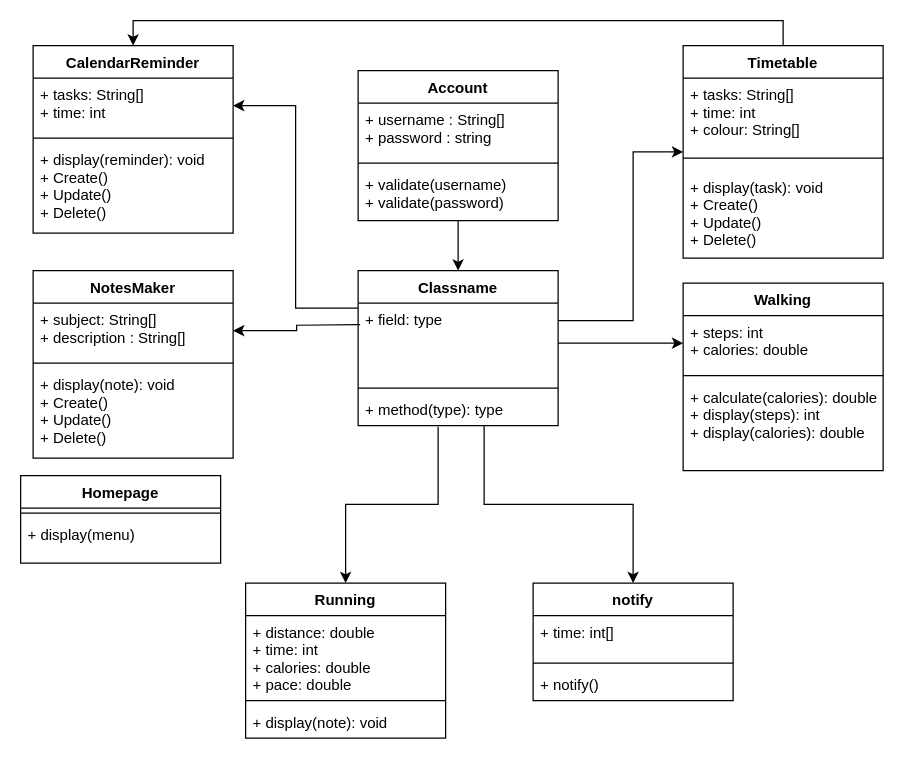
This is classAshisu.drawio from FaizAnuar/ashisu, a draw.io file, before an edit. Source tidied: cells renumbered, new cells numbered last; positions are measured from the earlier drawing's top-left corner, leaving out a move shared by most shapes. Both pictures are drawn from the tidied source at 125%, with x=0, y=0 at pixel (20, 20).
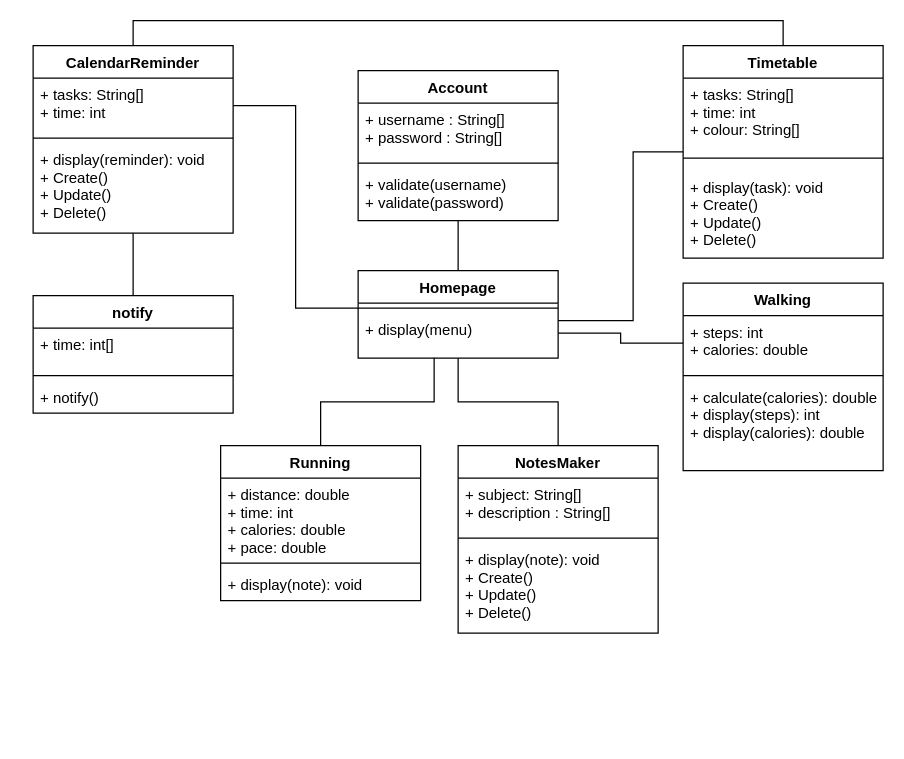
The same page after the edit.

The change refers to these unchanged cells:
```xml
<mxCell id="3" value="Account" style="swimlane;fontStyle=1;align=center;verticalAlign=top;horizontal=1;startSize=26;" parent="1" vertex="1">
  <mxGeometry x="270" y="40" width="160" height="120" as="geometry" />
</mxCell>
<mxCell id="11" value="Timetable" style="swimlane;fontStyle=1;align=center;verticalAlign=top;horizontal=1;startSize=26;" parent="1" vertex="1">
  <mxGeometry x="530" y="20" width="160" height="170" as="geometry" />
</mxCell>
<mxCell id="26" value="+ steps: int&#10;+ calories: double" style="text;strokeColor=none;fillColor=none;align=left;verticalAlign=top;spacingLeft=4;spacingRight=4;overflow=hidden;points=[[0,0.5],[1,0.5]];portConstraint=eastwest;" parent="25" vertex="1">
  <mxGeometry y="26" width="160" height="44" as="geometry" />
</mxCell>
<mxCell id="30" value="+ subject: String[]&#10;+ description : String[]" style="text;strokeColor=none;fillColor=none;align=left;verticalAlign=top;spacingLeft=4;spacingRight=4;overflow=hidden;points=[[0,0.5],[1,0.5]];portConstraint=eastwest;" parent="29" vertex="1">
  <mxGeometry y="26" width="160" height="44" as="geometry" />
</mxCell>
<mxCell id="34" value="+ tasks: String[]&#10;+ time: int&#10;" style="text;strokeColor=none;fillColor=none;align=left;verticalAlign=top;spacingLeft=4;spacingRight=4;overflow=hidden;points=[[0,0.5],[1,0.5]];portConstraint=eastwest;" parent="33" vertex="1">
  <mxGeometry y="26" width="160" height="44" as="geometry" />
</mxCell>
<mxCell id="36" value="+ display(reminder): void&#10;+ Create()&#10;+ Update()&#10;+ Delete()&#10;" style="text;strokeColor=none;fillColor=none;align=left;verticalAlign=top;spacingLeft=4;spacingRight=4;overflow=hidden;points=[[0,0.5],[1,0.5]];portConstraint=eastwest;" parent="33" vertex="1">
  <mxGeometry y="78" width="160" height="72" as="geometry" />
</mxCell>
```

Change to the diagram source:
```diff
@@
-    <mxCell id="2" style="edgeStyle=orthogonalEdgeStyle;rounded=0;jettySize=auto;html=1;" parent="1" edge="1" source="3" target="40">
+    <mxCell id="2" style="edgeStyle=orthogonalEdgeStyle;rounded=0;jettySize=auto;html=1;endArrow=none;endFill=0;" parent="1" edge="1" source="3" target="40">
       <mxGeometry relative="1" as="geometry" />
     </mxCell>
@@
-    <mxCell id="4" value="+ username : String[]&#10;+ password : string" style="text;strokeColor=none;fillColor=none;align=left;verticalAlign=top;spacingLeft=4;spacingRight=4;overflow=hidden;" parent="3" vertex="1">
+    <mxCell id="4" value="+ username : String[]&#10;+ password : String[]" style="text;strokeColor=none;fillColor=none;align=left;verticalAlign=top;spacingLeft=4;spacingRight=4;overflow=hidden;" parent="3" vertex="1">
       <mxGeometry y="26" width="160" height="44" as="geometry" />
     </mxCell>
@@
-    <mxCell id="7" value="Homepage" style="swimlane;fontStyle=1;align=center;verticalAlign=top;horizontal=1;startSize=26;" parent="1" vertex="1">
-      <mxGeometry y="364" width="160" height="70" as="geometry" />
-    </mxCell>
-    <mxCell id="8" style="line;strokeWidth=1;fillColor=none;align=left;verticalAlign=middle;spacingTop=-1;spacingLeft=3;spacingRight=3;labelPosition=right;" parent="7" vertex="1">
-      <mxGeometry y="26" width="160" height="8" as="geometry" />
-    </mxCell>
-    <mxCell id="9" value="+ display(menu)" style="text;strokeColor=none;fillColor=none;align=left;verticalAlign=top;spacingLeft=4;spacingRight=4;overflow=hidden;" parent="7" vertex="1">
-      <mxGeometry y="34" width="160" height="36" as="geometry" />
-    </mxCell>
-    <mxCell id="10" style="edgeStyle=orthogonalEdgeStyle;rounded=0;jettySize=auto;html=1;startArrow=classic;startFill=1;endArrow=none;endFill=0;" parent="1" edge="1" source="11" target="41">
+    <mxCell id="10" style="edgeStyle=orthogonalEdgeStyle;rounded=0;jettySize=auto;html=1;startArrow=none;startFill=0;endArrow=none;endFill=0;" parent="1" edge="1" source="11">
       <mxGeometry relative="1" as="geometry">
+        <mxPoint x="430" y="240" as="targetPoint" />
         <Array as="points">
           <mxPoint x="490" y="105" />
           <mxPoint x="490" y="240" />
         </Array>
       </mxGeometry>
     </mxCell>
@@
-    <mxCell id="15" style="edgeStyle=orthogonalEdgeStyle;rounded=0;jettySize=auto;html=1;entryX=0.4;entryY=1.031;entryDx=0;entryDy=0;entryPerimeter=0;startArrow=classic;startFill=1;endArrow=none;endFill=0;" parent="1" edge="1" source="16" target="43">
+    <mxCell id="15" style="edgeStyle=orthogonalEdgeStyle;rounded=0;jettySize=auto;html=1;entryX=0.38;entryY=0.992;entryDx=0;entryDy=0;entryPerimeter=0;startArrow=none;startFill=0;endArrow=none;endFill=0;" parent="1" edge="1" source="16" target="43">
       <mxGeometry relative="1" as="geometry" />
     </mxCell>
     <mxCell id="16" value="Running" style="swimlane;fontStyle=1;align=center;verticalAlign=top;horizontal=1;startSize=26;" parent="1" vertex="1">
-      <mxGeometry x="180" y="450" width="160" height="124" as="geometry" />
+      <mxGeometry x="160" y="340" width="160" height="124" as="geometry" />
     </mxCell>
@@
-    <mxCell id="20" style="edgeStyle=orthogonalEdgeStyle;rounded=0;jettySize=auto;html=1;entryX=0.63;entryY=1;entryDx=0;entryDy=0;entryPerimeter=0;startArrow=classic;startFill=1;endArrow=none;endFill=0;" parent="1" edge="1" source="21" target="43">
-      <mxGeometry relative="1" as="geometry" />
-    </mxCell>
+    <mxCell id="45" style="edgeStyle=orthogonalEdgeStyle;rounded=0;jettySize=auto;html=1;startArrow=none;startFill=0;endArrow=none;endFill=0;" parent="1" edge="1" source="21" target="36">
+      <mxGeometry relative="1" as="geometry">
+        <Array as="points">
+          <mxPoint x="90" y="170" />
+          <mxPoint x="90" y="170" />
+        </Array>
+      </mxGeometry>
+    </mxCell>
     <mxCell id="21" value="notify" style="swimlane;fontStyle=1;align=center;verticalAlign=top;horizontal=1;startSize=26;" parent="1" vertex="1">
-      <mxGeometry x="410" y="450" width="160" height="94" as="geometry" />
+      <mxGeometry x="10" y="220" width="160" height="94" as="geometry" />
     </mxCell>
@@
+    <mxCell id="46" style="edgeStyle=orthogonalEdgeStyle;rounded=0;jettySize=auto;html=1;entryX=0.5;entryY=1;entryDx=0;entryDy=0;entryPerimeter=0;startArrow=none;startFill=0;endArrow=none;endFill=0;" parent="1" edge="1" source="29" target="43">
+      <mxGeometry relative="1" as="geometry" />
+    </mxCell>
     <mxCell id="29" value="NotesMaker" style="swimlane;fontStyle=1;align=center;verticalAlign=top;horizontal=1;startSize=26;" parent="1" vertex="1">
-      <mxGeometry x="10" y="200" width="160" height="150" as="geometry" />
+      <mxGeometry x="350" y="340" width="160" height="150" as="geometry" />
     </mxCell>
@@
-    <mxCell id="37" style="edgeStyle=orthogonalEdgeStyle;rounded=0;jettySize=auto;html=1;entryX=0.01;entryY=1.046;entryDx=0;entryDy=0;entryPerimeter=0;startArrow=classic;startFill=1;endArrow=none;endFill=0;" parent="1" edge="1" source="30">
-      <mxGeometry relative="1" as="geometry">
-        <mxPoint x="271.6" y="243.2" as="targetPoint" />
-      </mxGeometry>
-    </mxCell>
-    <mxCell id="38" style="edgeStyle=orthogonalEdgeStyle;rounded=0;orthogonalLoop=1;jettySize=auto;html=1;" parent="1" edge="1">
+    <mxCell id="38" style="edgeStyle=orthogonalEdgeStyle;rounded=0;orthogonalLoop=1;jettySize=auto;html=1;endArrow=none;endFill=0;" parent="1" edge="1">
       <mxGeometry relative="1" as="geometry">
         <mxPoint x="610" y="20" as="sourcePoint" />
         <mxPoint x="90" y="20" as="targetPoint" />
         <Array as="points">
           <mxPoint x="610" />
           <mxPoint x="90" />
         </Array>
       </mxGeometry>
     </mxCell>
-    <mxCell id="39" style="edgeStyle=orthogonalEdgeStyle;rounded=0;jettySize=auto;html=1;startArrow=classic;startFill=1;endArrow=none;endFill=0;" parent="1" edge="1" source="34">
+    <mxCell id="39" style="edgeStyle=orthogonalEdgeStyle;rounded=0;jettySize=auto;html=1;startArrow=none;startFill=0;endArrow=none;endFill=0;" parent="1" edge="1" source="34">
       <mxGeometry relative="1" as="geometry">
         <mxPoint x="270" y="230" as="targetPoint" />
         <Array as="points">
           <mxPoint x="220" y="68" />
           <mxPoint x="220" y="230" />
           <mxPoint x="270" y="230" />
         </Array>
       </mxGeometry>
     </mxCell>
-    <mxCell id="40" value="Classname" style="swimlane;fontStyle=1;align=center;verticalAlign=top;horizontal=1;startSize=26;" parent="1" vertex="1">
-      <mxGeometry x="270" y="200" width="160" height="124" as="geometry" />
+    <mxCell id="40" value="Homepage" style="swimlane;fontStyle=1;align=center;verticalAlign=top;horizontal=1;startSize=26;" parent="1" vertex="1">
+      <mxGeometry x="270" y="200" width="160" height="70" as="geometry" />
     </mxCell>
-    <mxCell id="41" value="+ field: type" style="text;strokeColor=none;fillColor=none;align=left;verticalAlign=top;spacingLeft=4;spacingRight=4;overflow=hidden;points=[[0,0.5],[1,0.5]];portConstraint=eastwest;" parent="40" vertex="1">
-      <mxGeometry y="26" width="160" height="64" as="geometry" />
-    </mxCell>
     <mxCell id="42" style="line;strokeWidth=1;fillColor=none;align=left;verticalAlign=middle;spacingTop=-1;spacingLeft=3;spacingRight=3;labelPosition=right;" parent="40" vertex="1">
-      <mxGeometry y="90" width="160" height="8" as="geometry" />
+      <mxGeometry y="26" width="160" height="8" as="geometry" />
     </mxCell>
-    <mxCell id="43" value="+ method(type): type" style="text;strokeColor=none;fillColor=none;align=left;verticalAlign=top;spacingLeft=4;spacingRight=4;overflow=hidden;points=[[0,0.5],[1,0.5]];portConstraint=eastwest;" parent="40" vertex="1">
-      <mxGeometry y="98" width="160" height="26" as="geometry" />
+    <mxCell id="43" value="+ display(menu)" style="text;strokeColor=none;fillColor=none;align=left;verticalAlign=top;spacingLeft=4;spacingRight=4;overflow=hidden;points=[[0,0.5],[1,0.5]];portConstraint=eastwest;" parent="40" vertex="1">
+      <mxGeometry y="34" width="160" height="36" as="geometry" />
     </mxCell>
-    <mxCell id="44" style="edgeStyle=orthogonalEdgeStyle;rounded=0;jettySize=auto;html=1;startArrow=classic;startFill=1;endArrow=none;endFill=0;" parent="1" edge="1" source="26" target="41">
-      <mxGeometry relative="1" as="geometry" />
+    <mxCell id="44" style="edgeStyle=orthogonalEdgeStyle;rounded=0;jettySize=auto;html=1;startArrow=none;startFill=0;endArrow=none;endFill=0;" parent="1" edge="1" source="26">
+      <mxGeometry relative="1" as="geometry">
+        <mxPoint x="430" y="250" as="targetPoint" />
+        <Array as="points">
+          <mxPoint x="480" y="258" />
+          <mxPoint x="480" y="250" />
+        </Array>
+      </mxGeometry>
     </mxCell>
```
